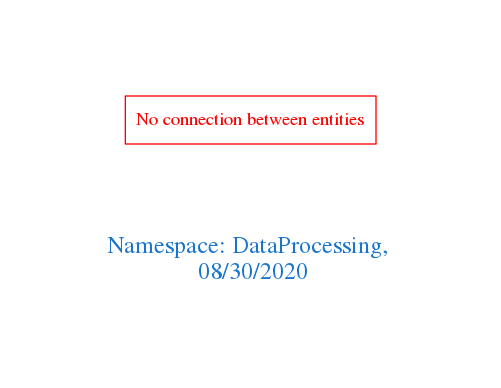
Before: downloads/DataProcessing.png, a diagram exported from Graphviz (arago/OGIT). Its source is kept beside it as downloads/DataProcessing.dot.
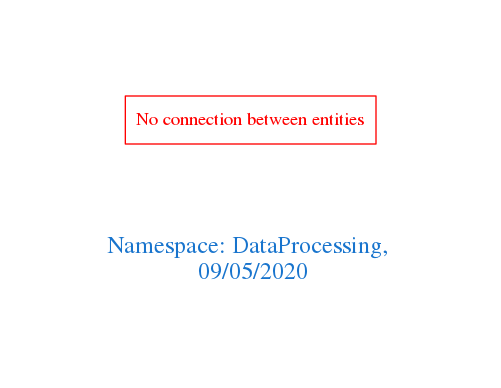
After the commit.

The edit, as a diff of the source:
```diff
@@ -1,7 +1,7 @@
 digraph OGIT_ontology {
  graph [ rankdir= LR,pad=1
 fontsize = 18,
-fontcolor= dodgerblue3,label = "\n\n\nNamespace: DataProcessing, \n 08/30/2020"];
+fontcolor= dodgerblue3,label = "\n\n\nNamespace: DataProcessing, \n 09/05/2020"];
 node[shape=polygon];
 edge [  color="gray81"];
 
```
